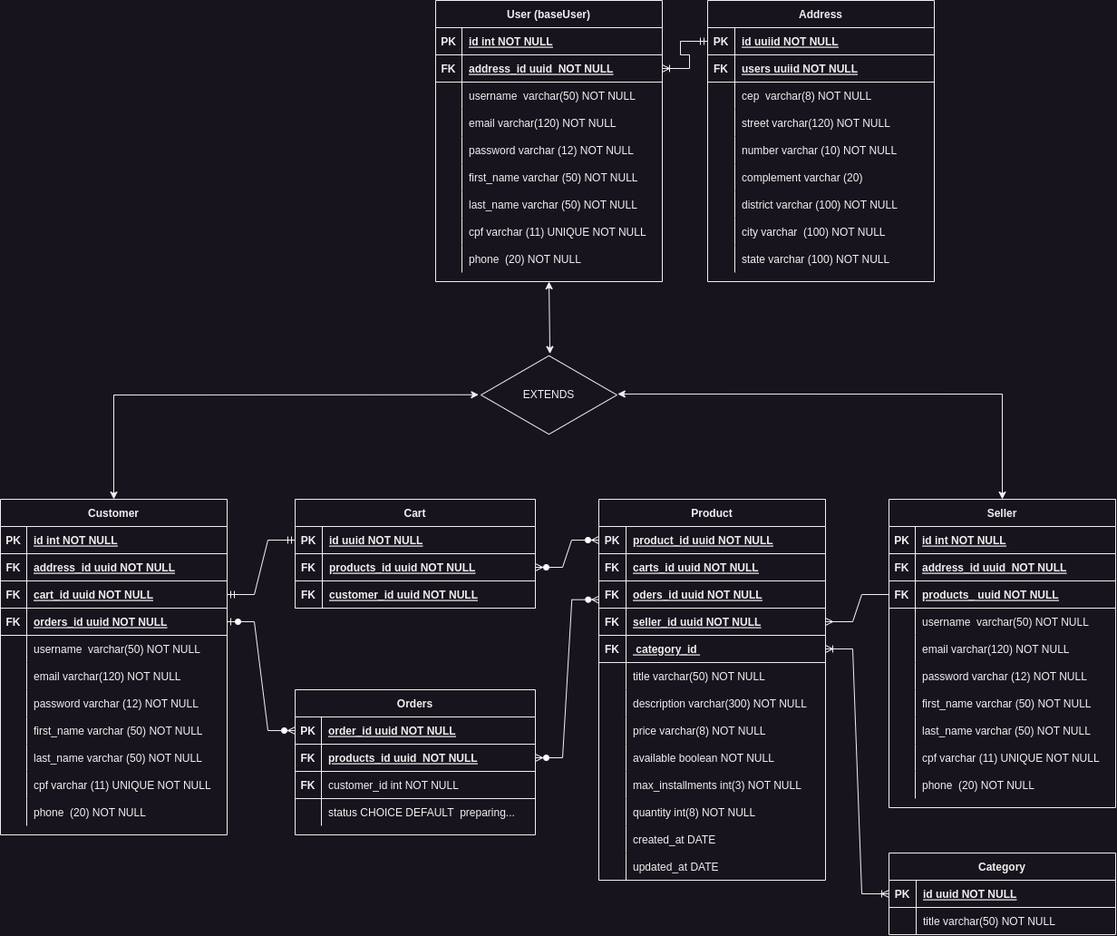
The draw.io diagram layoverskateshop-DER.drawio.png in DarkmodeClub-Tech/layoverskateshop.server, before a commit. Source tidied: cells renumbered, new cells last; positions are measured from the earlier drawing's top-left corner, leaving out a move shared by most shapes.
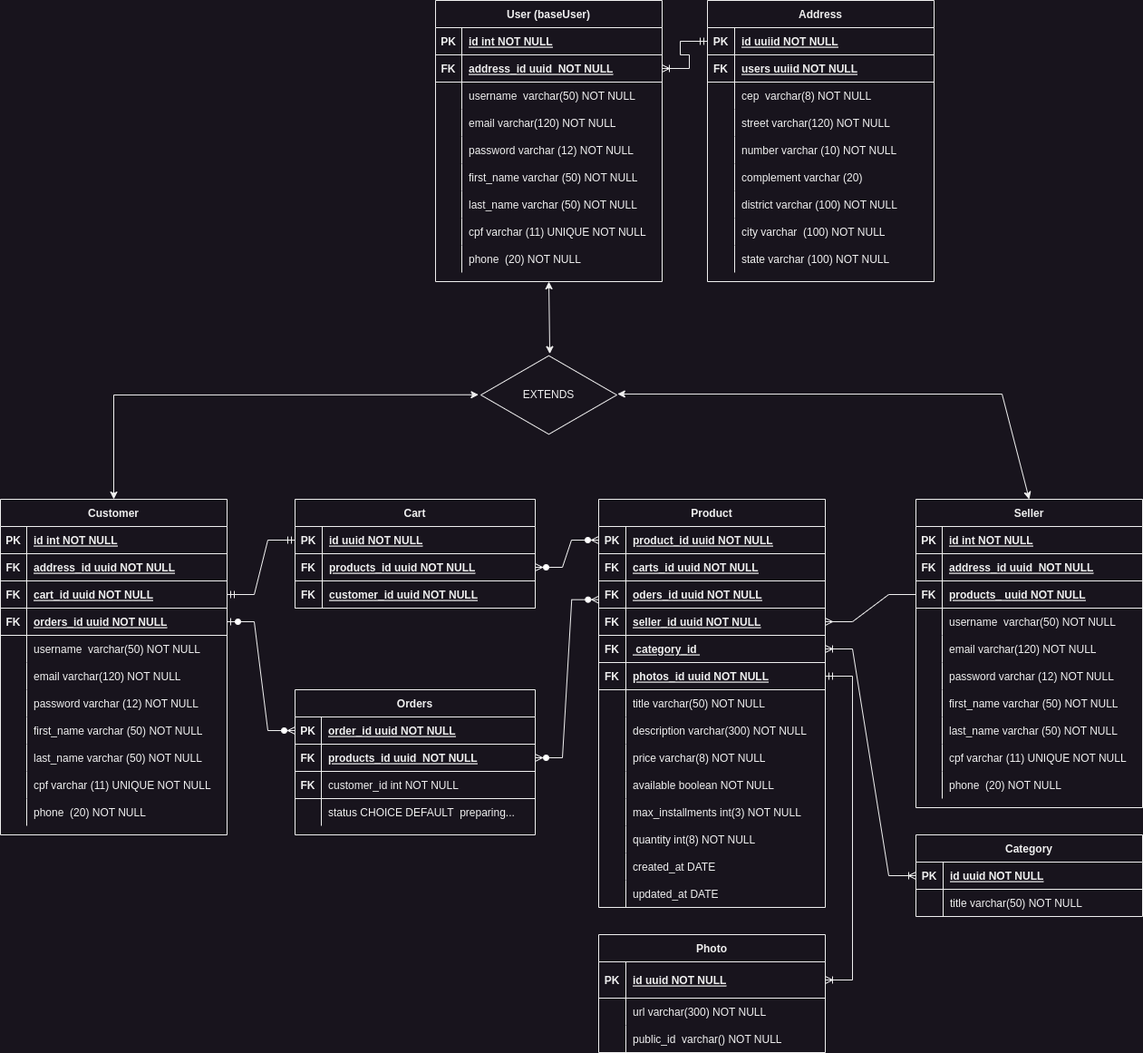
The same diagram one commit later.

Commit message:
docs: Photo entity inserted on entity relation diagram

The edit, as a diff of the source:
```diff
@@ -135,7 +135,7 @@
       <mxGeometry x="30" width="235" height="30" as="geometry" />
     </mxCell>
     <mxCell id="46" value="Product" style="shape=table;startSize=30;rowLines=0;fontStyle=1;align=center;" parent="1" vertex="1">
-      <mxGeometry x="660" y="550" width="250" height="420" as="geometry" />
+      <mxGeometry x="660" y="550" width="250" height="450" as="geometry" />
     </mxCell>
     <mxCell id="47" style="shape=partialRectangle;fillColor=none;points=[[0,0.5],[1,0.5]];portConstraint=eastwest;top=0;left=0;right=0;bottom=1;" parent="46" vertex="1">
       <mxGeometry y="30" width="250" height="30" as="geometry" />
@@ -182,8 +182,17 @@
     <mxCell id="61" value=" category_id " style="shape=partialRectangle;overflow=hidden;fillColor=none;top=0;left=0;bottom=0;right=0;align=left;spacingLeft=6;fontStyle=5;" parent="59" vertex="1">
       <mxGeometry x="30" width="220" height="30" as="geometry" />
     </mxCell>
+    <mxCell id="206" style="shape=partialRectangle;fillColor=none;points=[[0,0.5],[1,0.5]];portConstraint=eastwest;top=0;left=0;right=0;bottom=1;" parent="46" vertex="1">
+      <mxGeometry y="180" width="250" height="30" as="geometry" />
+    </mxCell>
+    <mxCell id="207" value="FK" style="shape=partialRectangle;overflow=hidden;fillColor=none;top=0;left=0;bottom=0;right=0;fontStyle=1;" parent="206" vertex="1">
+      <mxGeometry width="30" height="30" as="geometry" />
+    </mxCell>
+    <mxCell id="208" value="photos_id uuid NOT NULL" style="shape=partialRectangle;overflow=hidden;fillColor=none;top=0;left=0;bottom=0;right=0;align=left;spacingLeft=6;fontStyle=5;" parent="206" vertex="1">
+      <mxGeometry x="30" width="220" height="30" as="geometry" />
+    </mxCell>
     <mxCell id="62" style="shape=partialRectangle;fillColor=none;top=0;left=0;right=0;bottom=0;" parent="46" vertex="1">
-      <mxGeometry y="180" width="250" height="30" as="geometry" />
+      <mxGeometry y="210" width="250" height="30" as="geometry" />
     </mxCell>
     <mxCell id="63" style="shape=partialRectangle;overflow=hidden;fillColor=none;top=0;left=0;bottom=0;right=0;" parent="62" vertex="1">
       <mxGeometry width="30" height="30" as="geometry" />
@@ -192,7 +201,7 @@
       <mxGeometry x="30" width="220" height="30" as="geometry" />
     </mxCell>
     <mxCell id="65" style="shape=partialRectangle;fillColor=none;top=0;left=0;right=0;bottom=0;" parent="46" vertex="1">
-      <mxGeometry y="210" width="250" height="30" as="geometry" />
+      <mxGeometry y="240" width="250" height="30" as="geometry" />
     </mxCell>
     <mxCell id="66" style="shape=partialRectangle;overflow=hidden;fillColor=none;top=0;left=0;bottom=0;right=0;" parent="65" vertex="1">
       <mxGeometry width="30" height="30" as="geometry" />
@@ -201,7 +210,7 @@
       <mxGeometry x="30" width="220" height="30" as="geometry" />
     </mxCell>
     <mxCell id="68" style="shape=partialRectangle;fillColor=none;top=0;left=0;right=0;bottom=0;" parent="46" vertex="1">
-      <mxGeometry y="240" width="250" height="30" as="geometry" />
+      <mxGeometry y="270" width="250" height="30" as="geometry" />
     </mxCell>
     <mxCell id="69" style="shape=partialRectangle;overflow=hidden;fillColor=none;top=0;left=0;bottom=0;right=0;" parent="68" vertex="1">
       <mxGeometry width="30" height="30" as="geometry" />
@@ -210,7 +219,7 @@
       <mxGeometry x="30" width="220" height="30" as="geometry" />
     </mxCell>
     <mxCell id="71" style="shape=partialRectangle;fillColor=none;top=0;left=0;right=0;bottom=0;" parent="46" vertex="1">
-      <mxGeometry y="270" width="250" height="30" as="geometry" />
+      <mxGeometry y="300" width="250" height="30" as="geometry" />
     </mxCell>
     <mxCell id="72" style="shape=partialRectangle;overflow=hidden;fillColor=none;top=0;left=0;bottom=0;right=0;" parent="71" vertex="1">
       <mxGeometry width="30" height="30" as="geometry" />
@@ -219,7 +228,7 @@
       <mxGeometry x="30" width="220" height="30" as="geometry" />
     </mxCell>
     <mxCell id="74" style="shape=partialRectangle;fillColor=none;top=0;left=0;right=0;bottom=0;" parent="46" vertex="1">
-      <mxGeometry y="300" width="250" height="30" as="geometry" />
+      <mxGeometry y="330" width="250" height="30" as="geometry" />
     </mxCell>
     <mxCell id="75" style="shape=partialRectangle;overflow=hidden;fillColor=none;top=0;left=0;bottom=0;right=0;" parent="74" vertex="1">
       <mxGeometry width="30" height="30" as="geometry" />
@@ -228,7 +237,7 @@
       <mxGeometry x="30" width="220" height="30" as="geometry" />
     </mxCell>
     <mxCell id="77" style="shape=partialRectangle;fillColor=none;top=0;left=0;right=0;bottom=0;" parent="46" vertex="1">
-      <mxGeometry y="330" width="250" height="30" as="geometry" />
+      <mxGeometry y="360" width="250" height="30" as="geometry" />
     </mxCell>
     <mxCell id="78" style="shape=partialRectangle;overflow=hidden;fillColor=none;top=0;left=0;bottom=0;right=0;" parent="77" vertex="1">
       <mxGeometry width="30" height="30" as="geometry" />
@@ -237,7 +246,7 @@
       <mxGeometry x="30" width="220" height="30" as="geometry" />
     </mxCell>
     <mxCell id="80" style="shape=partialRectangle;fillColor=none;top=0;left=0;right=0;bottom=0;" parent="46" vertex="1">
-      <mxGeometry y="360" width="250" height="30" as="geometry" />
+      <mxGeometry y="390" width="250" height="30" as="geometry" />
     </mxCell>
     <mxCell id="81" style="shape=partialRectangle;overflow=hidden;fillColor=none;top=0;left=0;bottom=0;right=0;" parent="80" vertex="1">
       <mxGeometry width="30" height="30" as="geometry" />
@@ -246,7 +255,7 @@
       <mxGeometry x="30" width="220" height="30" as="geometry" />
     </mxCell>
     <mxCell id="83" style="shape=partialRectangle;fillColor=none;top=0;left=0;right=0;bottom=0;" parent="46" vertex="1">
-      <mxGeometry y="390" width="250" height="30" as="geometry" />
+      <mxGeometry y="420" width="250" height="30" as="geometry" />
     </mxCell>
     <mxCell id="84" style="shape=partialRectangle;overflow=hidden;fillColor=none;top=0;left=0;bottom=0;right=0;" parent="83" vertex="1">
       <mxGeometry width="30" height="30" as="geometry" />
@@ -300,7 +309,7 @@
       <mxGeometry relative="1" as="geometry" />
     </mxCell>
     <mxCell id="101" value="Category" style="shape=table;startSize=30;rowLines=0;fontStyle=1;align=center;" parent="1" vertex="1">
-      <mxGeometry x="980" y="940" width="250" height="90" as="geometry" />
+      <mxGeometry x="1010" y="920" width="250" height="90" as="geometry" />
     </mxCell>
     <mxCell id="102" style="shape=partialRectangle;fillColor=none;points=[[0,0.5],[1,0.5]];portConstraint=eastwest;top=0;left=0;right=0;bottom=1;" parent="101" vertex="1">
       <mxGeometry y="30" width="250" height="30" as="geometry" />
@@ -330,7 +339,7 @@
       <mxGeometry relative="1" as="geometry" />
     </mxCell>
     <mxCell id="111" value="Seller" style="shape=table;startSize=30;rowLines=0;fontStyle=1;align=center;" parent="1" vertex="1">
-      <mxGeometry x="980" y="550" width="250" height="340" as="geometry" />
+      <mxGeometry x="1010" y="550" width="250" height="340" as="geometry" />
     </mxCell>
     <mxCell id="112" style="shape=partialRectangle;fillColor=none;top=0;left=0;right=0;bottom=1;" parent="111" vertex="1">
       <mxGeometry y="30" width="250" height="30" as="geometry" />
@@ -624,5 +633,38 @@
         <mxGeometry x="565" y="425" width="80" height="20" as="geometry" />
       </mxCell>
     </object>
+    <mxCell id="209" value="Photo" style="shape=table;startSize=30;rowLines=0;fontStyle=1;align=center;" parent="1" vertex="1">
+      <mxGeometry x="660" y="1030" width="250" height="130" as="geometry" />
+    </mxCell>
+    <mxCell id="210" style="shape=partialRectangle;fillColor=none;points=[[0,0.5],[1,0.5]];portConstraint=eastwest;top=0;left=0;right=0;bottom=1;" parent="209" vertex="1">
+      <mxGeometry y="30" width="250" height="40" as="geometry" />
+    </mxCell>
+    <mxCell id="211" value="PK" style="shape=partialRectangle;overflow=hidden;fillColor=none;top=0;left=0;bottom=0;right=0;fontStyle=1;" parent="210" vertex="1">
+      <mxGeometry width="30" height="40" as="geometry" />
+    </mxCell>
+    <mxCell id="212" value="id uuid NOT NULL " style="shape=partialRectangle;overflow=hidden;fillColor=none;top=0;left=0;bottom=0;right=0;align=left;spacingLeft=6;fontStyle=5;" parent="210" vertex="1">
+      <mxGeometry x="30" width="220" height="40" as="geometry" />
+    </mxCell>
+    <mxCell id="213" style="shape=partialRectangle;fillColor=none;top=0;left=0;right=0;bottom=0;" parent="209" vertex="1">
+      <mxGeometry y="70" width="250" height="30" as="geometry" />
+    </mxCell>
+    <mxCell id="214" style="shape=partialRectangle;overflow=hidden;fillColor=none;top=0;left=0;bottom=0;right=0;" parent="213" vertex="1">
+      <mxGeometry width="30" height="30" as="geometry" />
+    </mxCell>
+    <mxCell id="215" value="url varchar(300) NOT NULL" style="shape=partialRectangle;overflow=hidden;fillColor=none;top=0;left=0;bottom=0;right=0;align=left;spacingLeft=6;" parent="213" vertex="1">
+      <mxGeometry x="30" width="220" height="30" as="geometry" />
+    </mxCell>
+    <mxCell id="216" style="shape=partialRectangle;fillColor=none;top=0;left=0;right=0;bottom=0;" parent="209" vertex="1">
+      <mxGeometry y="100" width="250" height="30" as="geometry" />
+    </mxCell>
+    <mxCell id="217" style="shape=partialRectangle;overflow=hidden;fillColor=none;top=0;left=0;bottom=0;right=0;" parent="216" vertex="1">
+      <mxGeometry width="30" height="30" as="geometry" />
+    </mxCell>
+    <mxCell id="218" value="public_id  varchar() NOT NULL" style="shape=partialRectangle;overflow=hidden;fillColor=none;top=0;left=0;bottom=0;right=0;align=left;spacingLeft=6;" parent="216" vertex="1">
+      <mxGeometry x="30" width="220" height="30" as="geometry" />
+    </mxCell>
+    <mxCell id="219" style="edgeStyle=entityRelationEdgeStyle;fontSize=12;html=1;endArrow=ERoneToMany;startArrow=ERmandOne;rounded=0;exitX=1;exitY=0.5;exitDx=0;exitDy=0;entryX=1;entryY=0.5;entryDx=0;entryDy=0;" parent="1" edge="1" source="206" target="210">
+      <mxGeometry relative="1" as="geometry" />
+    </mxCell>
   </root>
 </mxGraphModel>
```
